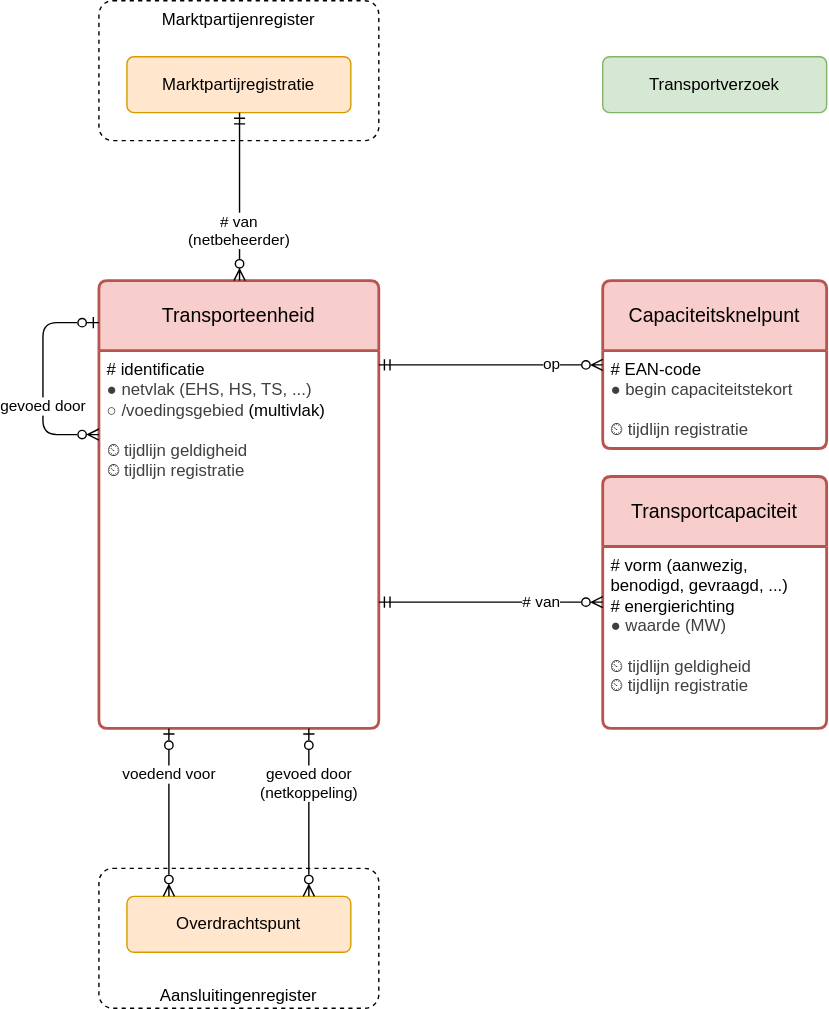
Earlier version of the draw.io export registers/capaciteitsknelpuntenregister/1.0/capaciteitsknelpuntenregister.drawio.svg (Netbeheer-Nederland/stelsel). Source tidied: cells renumbered, new cells last; positions are measured from the earlier drawing's top-left corner, leaving out a move shared by most shapes.
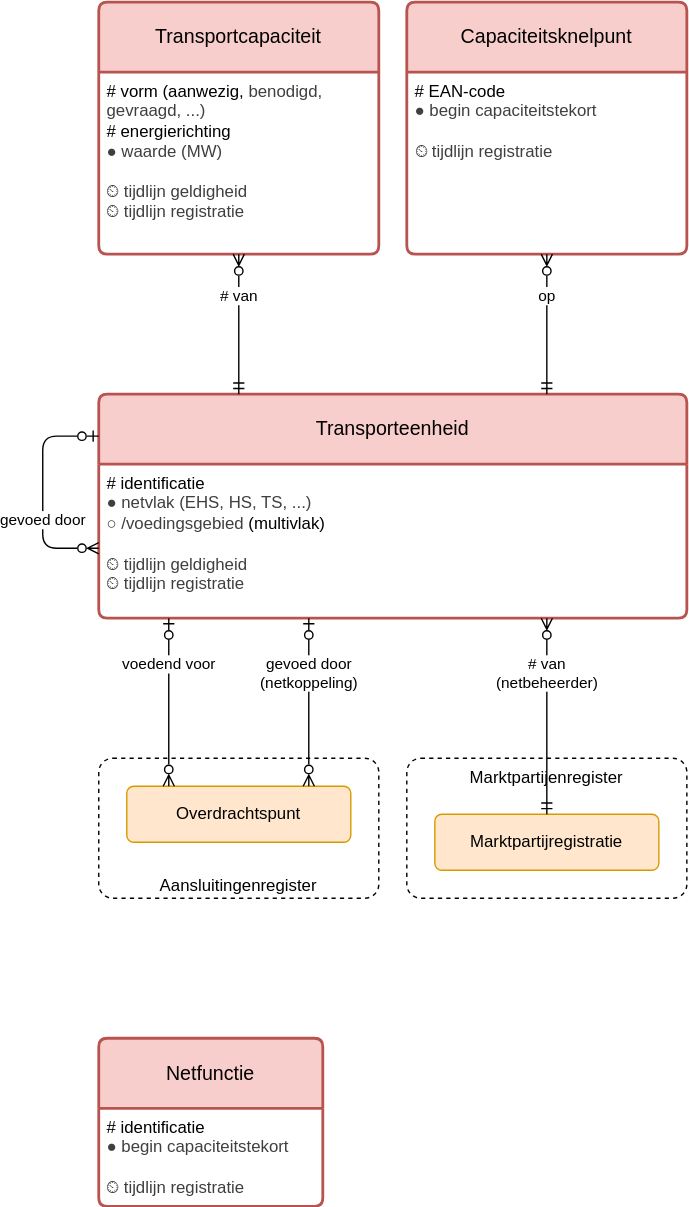
The same file after the commit.

What changed in the source:
```diff
@@ -3,16 +3,16 @@
     <mxCell id="0" />
     <mxCell id="1" parent="0" />
     <mxCell id="2" value="Capaciteitsknelpunt" style="swimlane;horizontal=1;startSize=50;rounded=1;fontSize=14;fontStyle=0;strokeWidth=2;shadow=0;align=center;arcSize=4;whiteSpace=wrap;html=1;spacing=10;fillColor=#f8cecc;strokeColor=#b85450;" parent="1" vertex="1">
-      <mxGeometry x="400" y="200" width="160" height="120" as="geometry" />
+      <mxGeometry x="260" y="-80" width="200" height="180" as="geometry" />
     </mxCell>
     <mxCell id="3" value="&lt;div&gt;# EAN-code&lt;/div&gt;&lt;div&gt;&lt;span style=&quot;background-color: transparent; scrollbar-color: rgb(226, 226, 226) rgb(251, 251, 251); color: rgb(63, 63, 63);&quot;&gt;●&lt;/span&gt;&lt;span style=&quot;background-color: transparent; scrollbar-color: rgb(226, 226, 226) rgb(251, 251, 251); color: rgb(63, 63, 63);&quot;&gt;&amp;nbsp;begin capaciteitstekort&lt;/span&gt;&lt;/div&gt;&lt;div&gt;&lt;div style=&quot;color: rgb(63, 63, 63); scrollbar-color: rgb(226, 226, 226) rgb(251, 251, 251);&quot;&gt;&lt;span style=&quot;scrollbar-color: rgb(226, 226, 226) rgb(251, 251, 251); background-color: transparent; color: rgb(63, 63, 63);&quot;&gt;&lt;br style=&quot;color: rgb(63, 63, 63); scrollbar-color: rgb(226, 226, 226) rgb(251, 251, 251);&quot;&gt;&lt;/span&gt;&lt;/div&gt;&lt;div style=&quot;color: rgb(63, 63, 63); scrollbar-color: rgb(226, 226, 226) rgb(251, 251, 251);&quot;&gt;&lt;span style=&quot;background-color: transparent;&quot;&gt;⏲ tijdlijn registratie&lt;/span&gt;&lt;/div&gt;&lt;/div&gt;" style="align=left;strokeColor=none;fillColor=none;spacingLeft=4;fontSize=12;verticalAlign=top;html=1;" parent="2" vertex="1">
-      <mxGeometry y="50" width="160" height="70" as="geometry" />
+      <mxGeometry y="50" width="200" height="130" as="geometry" />
     </mxCell>
     <mxCell id="4" value="Transporteenheid" style="swimlane;horizontal=1;startSize=50;rounded=1;fontSize=14;fontStyle=0;strokeWidth=2;shadow=0;align=center;arcSize=4;whiteSpace=wrap;html=1;spacing=10;fillColor=#f8cecc;strokeColor=#b85450;" parent="1" vertex="1">
-      <mxGeometry x="40" y="200" width="200" height="320" as="geometry" />
+      <mxGeometry x="40" y="200" width="420" height="160" as="geometry" />
     </mxCell>
     <mxCell id="5" value="&lt;div&gt;# identificatie&lt;/div&gt;&lt;div&gt;&lt;span style=&quot;color: rgb(63, 63, 63);&quot;&gt;● netvlak (EHS, HS, TS, ...)&lt;/span&gt;&lt;/div&gt;&lt;div&gt;&lt;span style=&quot;color: rgb(63, 63, 63);&quot;&gt;○ /voedingsgebied&amp;nbsp;&lt;/span&gt;&lt;span style=&quot;background-color: transparent;&quot;&gt;(multivlak)&lt;/span&gt;&lt;/div&gt;&lt;div&gt;&lt;br&gt;&lt;/div&gt;&lt;div&gt;&lt;div style=&quot;color: rgb(63, 63, 63); scrollbar-color: rgb(226, 226, 226) rgb(251, 251, 251);&quot;&gt;&lt;span style=&quot;color: rgb(63, 63, 63); scrollbar-color: rgb(226, 226, 226) rgb(251, 251, 251); background-color: transparent;&quot;&gt;⏲ tijdlijn geldigheid&lt;/span&gt;&lt;/div&gt;&lt;div style=&quot;color: rgb(63, 63, 63); scrollbar-color: rgb(226, 226, 226) rgb(251, 251, 251);&quot;&gt;&lt;span style=&quot;color: rgb(63, 63, 63); scrollbar-color: rgb(226, 226, 226) rgb(251, 251, 251); background-color: transparent;&quot;&gt;⏲ tijdlijn registratie&lt;/span&gt;&lt;/div&gt;&lt;/div&gt;" style="align=left;strokeColor=none;fillColor=none;spacingLeft=4;fontSize=12;verticalAlign=top;html=1;" parent="4" vertex="1">
-      <mxGeometry y="50" width="200" height="270" as="geometry" />
+      <mxGeometry y="50" width="420" height="110" as="geometry" />
     </mxCell>
     <mxCell id="6" value="gevoed door" style="endArrow=ERzeroToOne;html=1;edgeStyle=orthogonalEdgeStyle;endFill=0;startArrow=ERzeroToMany;startFill=0;" parent="4" edge="1" source="5" target="4">
       <mxGeometry x="-0.25" relative="1" as="geometry">
@@ -23,52 +23,51 @@
       </mxGeometry>
     </mxCell>
     <mxCell id="7" value="Transportcapaciteit" style="swimlane;horizontal=1;startSize=50;rounded=1;fontSize=14;fontStyle=0;strokeWidth=2;shadow=0;dashed=0;align=center;arcSize=4;whiteSpace=wrap;html=1;spacing=10;fillColor=#f8cecc;strokeColor=#b85450;" parent="1" vertex="1">
-      <mxGeometry x="400" y="340" width="160" height="180" as="geometry" />
+      <mxGeometry x="40" y="-80" width="200" height="180" as="geometry" />
     </mxCell>
-    <mxCell id="8" value="&lt;div&gt;# vorm (aanwezig,&lt;/div&gt;&lt;div&gt;&amp;nbsp; &amp;nbsp;benodigd, gevraagd, ...)&lt;/div&gt;&lt;div&gt;# energierichting&lt;/div&gt;&lt;div&gt;&lt;span style=&quot;background-color: transparent; scrollbar-color: rgb(226, 226, 226) rgb(251, 251, 251); color: rgb(63, 63, 63);&quot;&gt;●&lt;/span&gt;&lt;span style=&quot;background-color: transparent; scrollbar-color: rgb(226, 226, 226) rgb(251, 251, 251); color: rgb(63, 63, 63);&quot;&gt;&amp;nbsp;waarde (MW)&lt;/span&gt;&lt;/div&gt;&lt;div&gt;&lt;div style=&quot;color: rgb(63, 63, 63); scrollbar-color: rgb(226, 226, 226) rgb(251, 251, 251);&quot;&gt;&lt;br&gt;&lt;/div&gt;&lt;div style=&quot;color: rgb(63, 63, 63); scrollbar-color: rgb(226, 226, 226) rgb(251, 251, 251);&quot;&gt;&lt;span style=&quot;color: rgb(63, 63, 63); scrollbar-color: rgb(226, 226, 226) rgb(251, 251, 251); background-color: transparent;&quot;&gt;⏲ tijdlijn geldigheid&lt;/span&gt;&lt;/div&gt;&lt;div style=&quot;color: rgb(63, 63, 63); scrollbar-color: rgb(226, 226, 226) rgb(251, 251, 251);&quot;&gt;&lt;span style=&quot;color: rgb(63, 63, 63); scrollbar-color: rgb(226, 226, 226) rgb(251, 251, 251); background-color: transparent;&quot;&gt;⏲ tijdlijn registratie&lt;/span&gt;&lt;/div&gt;&lt;/div&gt;" style="align=left;strokeColor=none;fillColor=none;spacingLeft=4;fontSize=12;verticalAlign=top;html=1;" parent="7" vertex="1">
-      <mxGeometry y="50" width="160" height="130" as="geometry" />
+    <mxCell id="8" value="&lt;div&gt;# vorm (aanwezig,&amp;nbsp;&lt;span style=&quot;color: rgb(63, 63, 63); background-color: transparent;&quot;&gt;benodigd,&lt;/span&gt;&lt;/div&gt;&lt;div&gt;&lt;span style=&quot;color: rgb(63, 63, 63); background-color: transparent;&quot;&gt;&amp;nbsp; &amp;nbsp;gevraagd, ...)&lt;/span&gt;&lt;/div&gt;&lt;div&gt;# energierichting&lt;/div&gt;&lt;div&gt;&lt;span style=&quot;background-color: transparent; scrollbar-color: rgb(226, 226, 226) rgb(251, 251, 251); color: rgb(63, 63, 63);&quot;&gt;●&lt;/span&gt;&lt;span style=&quot;background-color: transparent; scrollbar-color: rgb(226, 226, 226) rgb(251, 251, 251); color: rgb(63, 63, 63);&quot;&gt;&amp;nbsp;waarde (MW)&lt;/span&gt;&lt;/div&gt;&lt;div&gt;&lt;div style=&quot;color: rgb(63, 63, 63); scrollbar-color: rgb(226, 226, 226) rgb(251, 251, 251);&quot;&gt;&lt;br&gt;&lt;/div&gt;&lt;div style=&quot;color: rgb(63, 63, 63); scrollbar-color: rgb(226, 226, 226) rgb(251, 251, 251);&quot;&gt;&lt;span style=&quot;color: rgb(63, 63, 63); scrollbar-color: rgb(226, 226, 226) rgb(251, 251, 251); background-color: transparent;&quot;&gt;⏲ tijdlijn geldigheid&lt;/span&gt;&lt;/div&gt;&lt;div style=&quot;color: rgb(63, 63, 63); scrollbar-color: rgb(226, 226, 226) rgb(251, 251, 251);&quot;&gt;&lt;span style=&quot;color: rgb(63, 63, 63); scrollbar-color: rgb(226, 226, 226) rgb(251, 251, 251); background-color: transparent;&quot;&gt;⏲ tijdlijn registratie&lt;/span&gt;&lt;/div&gt;&lt;/div&gt;" style="align=left;strokeColor=none;fillColor=none;spacingLeft=4;fontSize=12;verticalAlign=top;html=1;" parent="7" vertex="1">
+      <mxGeometry y="50" width="200" height="130" as="geometry" />
     </mxCell>
     <mxCell id="9" value="Aansluitingenregister" style="rounded=1;whiteSpace=wrap;html=1;absoluteArcSize=1;dashed=1;fillColor=default;verticalAlign=bottom;spacingLeft=10;spacingRight=10;" parent="1" vertex="1">
-      <mxGeometry x="40" y="620" width="200" height="100" as="geometry" />
+      <mxGeometry x="40" y="460" width="200" height="100" as="geometry" />
     </mxCell>
     <mxCell id="10" value="Overdrachtspunt" style="rounded=1;arcSize=10;whiteSpace=wrap;html=1;align=center;absoluteArcSize=1;spacing=10;fillColor=#ffe6cc;strokeColor=#d79b00;" parent="1" vertex="1">
-      <mxGeometry x="60" y="640" width="160" height="40" as="geometry" />
+      <mxGeometry x="60" y="480" width="160" height="40" as="geometry" />
     </mxCell>
     <mxCell id="11" value="voedend voor" style="endArrow=ERzeroToMany;html=1;edgeStyle=elbowEdgeStyle;endFill=0;startArrow=ERzeroToOne;startFill=0;align=center;verticalAlign=top;" parent="1" edge="1" source="4" target="10">
       <mxGeometry x="-0.67" relative="1" as="geometry">
         <Array as="points">
-          <mxPoint x="90" y="580" />
+          <mxPoint x="90" y="420" />
         </Array>
       </mxGeometry>
     </mxCell>
-    <mxCell id="12" value="op" style="endArrow=ERmandOne;html=1;edgeStyle=elbowEdgeStyle;endFill=0;startArrow=ERzeroToMany;startFill=0;align=right;elbow=vertical;" parent="1" edge="1" source="2" target="4">
-      <mxGeometry x="-0.62" relative="1" as="geometry">
-        <mxPoint x="1" as="offset" />
-      </mxGeometry>
+    <mxCell id="12" value="op" style="endArrow=ERmandOne;html=1;endFill=0;startArrow=ERzeroToMany;startFill=0;align=center;edgeStyle=elbowEdgeStyle;" parent="1" edge="1" source="2" target="4">
+      <mxGeometry x="-0.4" relative="1" as="geometry" />
     </mxCell>
     <mxCell id="13" value="Marktpartijenregister" style="rounded=1;whiteSpace=wrap;html=1;absoluteArcSize=1;dashed=1;fillColor=default;verticalAlign=top;spacingLeft=10;spacingRight=10;" parent="1" vertex="1">
-      <mxGeometry x="40" width="200" height="100" as="geometry" />
+      <mxGeometry x="260" y="460" width="200" height="100" as="geometry" />
     </mxCell>
     <mxCell id="14" value="Marktpartijregistratie" style="rounded=1;arcSize=10;whiteSpace=wrap;html=1;align=center;absoluteArcSize=1;spacing=10;fillColor=#ffe6cc;strokeColor=#d79b00;" parent="1" vertex="1">
-      <mxGeometry x="60" y="40" width="160" height="40" as="geometry" />
+      <mxGeometry x="280" y="500" width="160" height="40" as="geometry" />
     </mxCell>
-    <mxCell id="15" value="# van&lt;div&gt;(netbeheerder)&lt;/div&gt;" style="endArrow=ERmandOne;html=1;edgeStyle=elbowEdgeStyle;endFill=0;startArrow=ERzeroToMany;startFill=0;align=center;verticalAlign=bottom;" parent="1" edge="1" source="4" target="14">
-      <mxGeometry x="-0.67" relative="1" as="geometry" />
+    <mxCell id="15" value="# van&lt;div&gt;(netbeheerder)&lt;/div&gt;" style="endArrow=ERmandOne;html=1;edgeStyle=elbowEdgeStyle;endFill=0;startArrow=ERzeroToMany;startFill=0;align=center;verticalAlign=top;" parent="1" edge="1" source="4" target="14">
+      <mxGeometry x="-0.71" relative="1" as="geometry" />
     </mxCell>
-    <mxCell id="16" value="# van" style="endArrow=ERmandOne;html=1;edgeStyle=elbowEdgeStyle;endFill=0;startArrow=ERzeroToMany;startFill=0;align=right;elbow=vertical;" parent="1" edge="1" source="7" target="4">
-      <mxGeometry x="-0.62" relative="1" as="geometry">
-        <mxPoint x="1" as="offset" />
-      </mxGeometry>
+    <mxCell id="16" value="# van" style="endArrow=ERmandOne;html=1;edgeStyle=elbowEdgeStyle;endFill=0;startArrow=ERzeroToMany;startFill=0;align=center;" parent="1" edge="1" source="7" target="4">
+      <mxGeometry x="-0.4" relative="1" as="geometry" />
     </mxCell>
     <mxCell id="17" value="gevoed door&lt;div&gt;(netkoppeling)&lt;/div&gt;" style="endArrow=ERzeroToMany;html=1;edgeStyle=elbowEdgeStyle;endFill=0;startArrow=ERzeroToOne;startFill=0;align=center;verticalAlign=top;" parent="1" edge="1" source="4" target="10">
       <mxGeometry x="-0.67" relative="1" as="geometry">
         <Array as="points">
-          <mxPoint x="190" y="580" />
+          <mxPoint x="190" y="410" />
         </Array>
       </mxGeometry>
     </mxCell>
-    <mxCell id="18" value="Transportverzoek" style="rounded=1;arcSize=10;whiteSpace=wrap;html=1;align=center;absoluteArcSize=1;spacing=10;fillColor=#d5e8d4;strokeColor=#82b366;" parent="1" vertex="1">
-      <mxGeometry x="400" y="40" width="160" height="40" as="geometry" />
-    </mxCell>
+    <mxCell id="19" value="Netfunctie" style="swimlane;horizontal=1;startSize=50;rounded=1;fontSize=14;fontStyle=0;strokeWidth=2;shadow=0;align=center;arcSize=4;whiteSpace=wrap;html=1;spacing=10;fillColor=#f8cecc;strokeColor=#b85450;" parent="1" vertex="1">
+      <mxGeometry x="40" y="660" width="160" height="120" as="geometry" />
+    </mxCell>
+    <mxCell id="20" value="&lt;div&gt;# identificatie&lt;/div&gt;&lt;div&gt;&lt;span style=&quot;background-color: transparent; scrollbar-color: rgb(226, 226, 226) rgb(251, 251, 251); color: rgb(63, 63, 63);&quot;&gt;●&lt;/span&gt;&lt;span style=&quot;background-color: transparent; scrollbar-color: rgb(226, 226, 226) rgb(251, 251, 251); color: rgb(63, 63, 63);&quot;&gt;&amp;nbsp;begin capaciteitstekort&lt;/span&gt;&lt;/div&gt;&lt;div&gt;&lt;div style=&quot;color: rgb(63, 63, 63); scrollbar-color: rgb(226, 226, 226) rgb(251, 251, 251);&quot;&gt;&lt;span style=&quot;scrollbar-color: rgb(226, 226, 226) rgb(251, 251, 251); background-color: transparent; color: rgb(63, 63, 63);&quot;&gt;&lt;br style=&quot;color: rgb(63, 63, 63); scrollbar-color: rgb(226, 226, 226) rgb(251, 251, 251);&quot;&gt;&lt;/span&gt;&lt;/div&gt;&lt;div style=&quot;color: rgb(63, 63, 63); scrollbar-color: rgb(226, 226, 226) rgb(251, 251, 251);&quot;&gt;&lt;span style=&quot;background-color: transparent;&quot;&gt;⏲ tijdlijn registratie&lt;/span&gt;&lt;/div&gt;&lt;/div&gt;" style="align=left;strokeColor=none;fillColor=none;spacingLeft=4;fontSize=12;verticalAlign=top;html=1;" parent="19" vertex="1">
+      <mxGeometry y="50" width="160" height="70" as="geometry" />
+    </mxCell>
   </root>
 </mxGraphModel>
```
